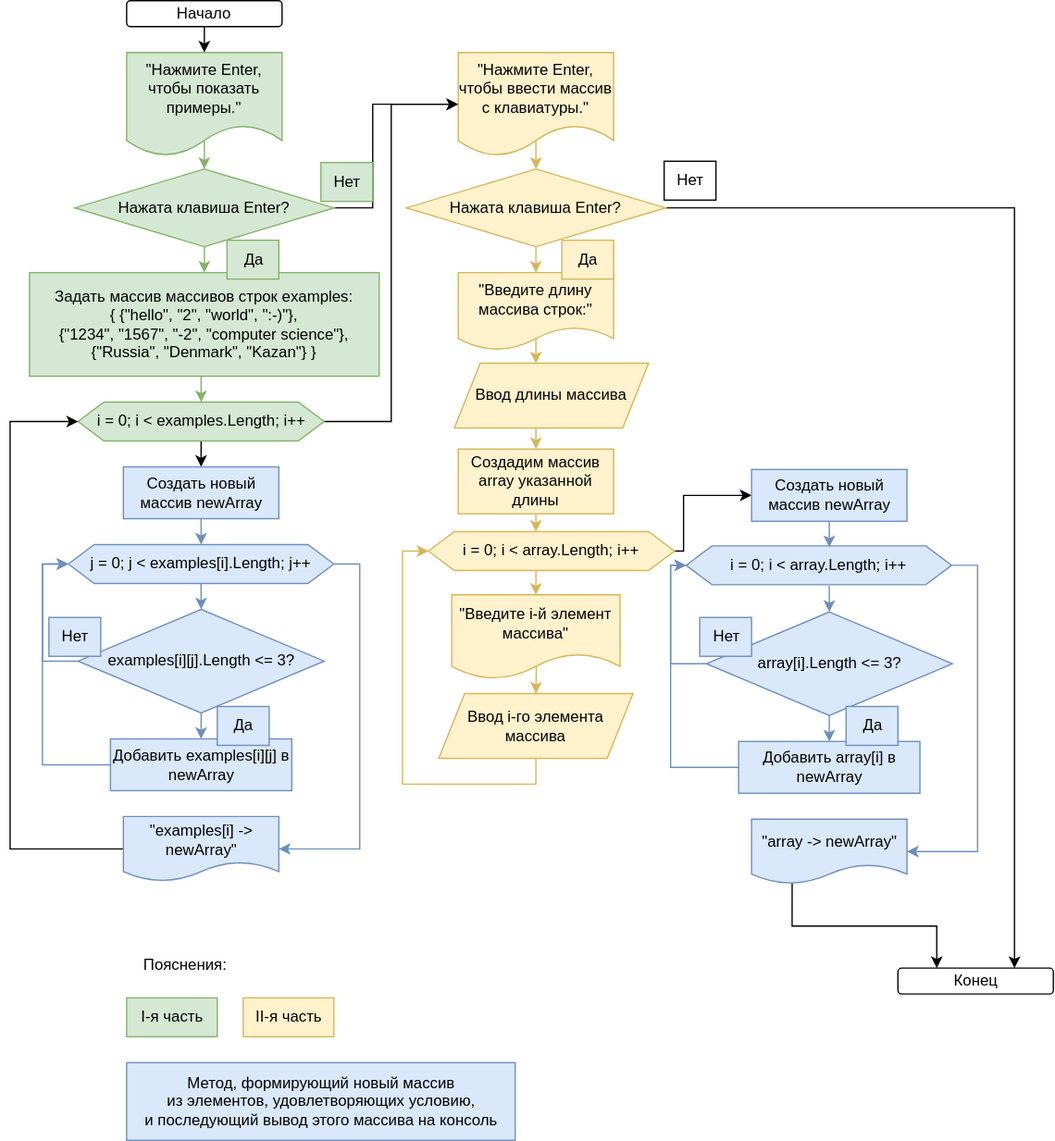
Before: final_task.drawio.svg, a diagram exported from draw.io (yurisdraughts/gb-dev_final-task). Source tidied: cells renumbered, new cells last; positions are measured from the earlier drawing's top-left corner, leaving out a move shared by most shapes.
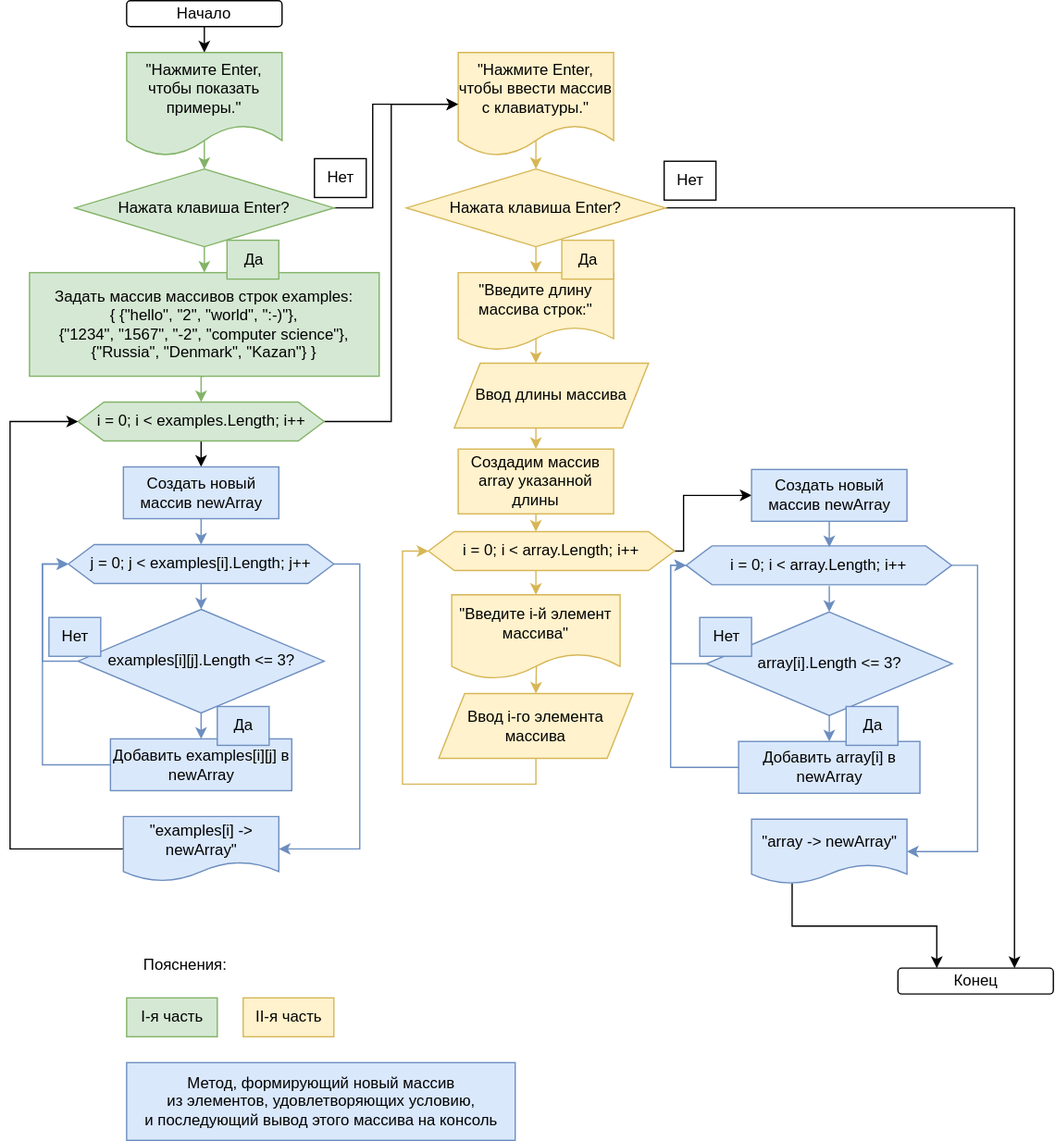
The same diagram one commit later.

What changed in the source:
```diff
@@ -115,8 +115,8 @@
     <mxCell id="34" value="&quot;Введите длину массива строк:&quot;" style="shape=document;whiteSpace=wrap;html=1;boundedLbl=1;fillColor=#fff2cc;strokeColor=#d6b656;" parent="1" vertex="1">
       <mxGeometry x="346" y="210" width="120" height="60" as="geometry" />
     </mxCell>
-    <mxCell id="35" value="Нет" style="text;html=1;align=center;verticalAlign=middle;strokeColor=#82b366;fillColor=#d5e8d4;" parent="1" vertex="1">
-      <mxGeometry x="240" y="125" width="40" height="30" as="geometry" />
+    <mxCell id="35" value="Нет" style="text;html=1;align=center;verticalAlign=middle;strokeColor=default;" parent="1" vertex="1">
+      <mxGeometry x="235" y="122" width="40" height="30" as="geometry" />
     </mxCell>
     <mxCell id="36" value="Да" style="text;html=1;align=center;verticalAlign=middle;strokeColor=#6c8ebf;fillColor=#dae8fc;" parent="1" vertex="1">
       <mxGeometry x="160" y="545" width="40" height="30" as="geometry" />
```
